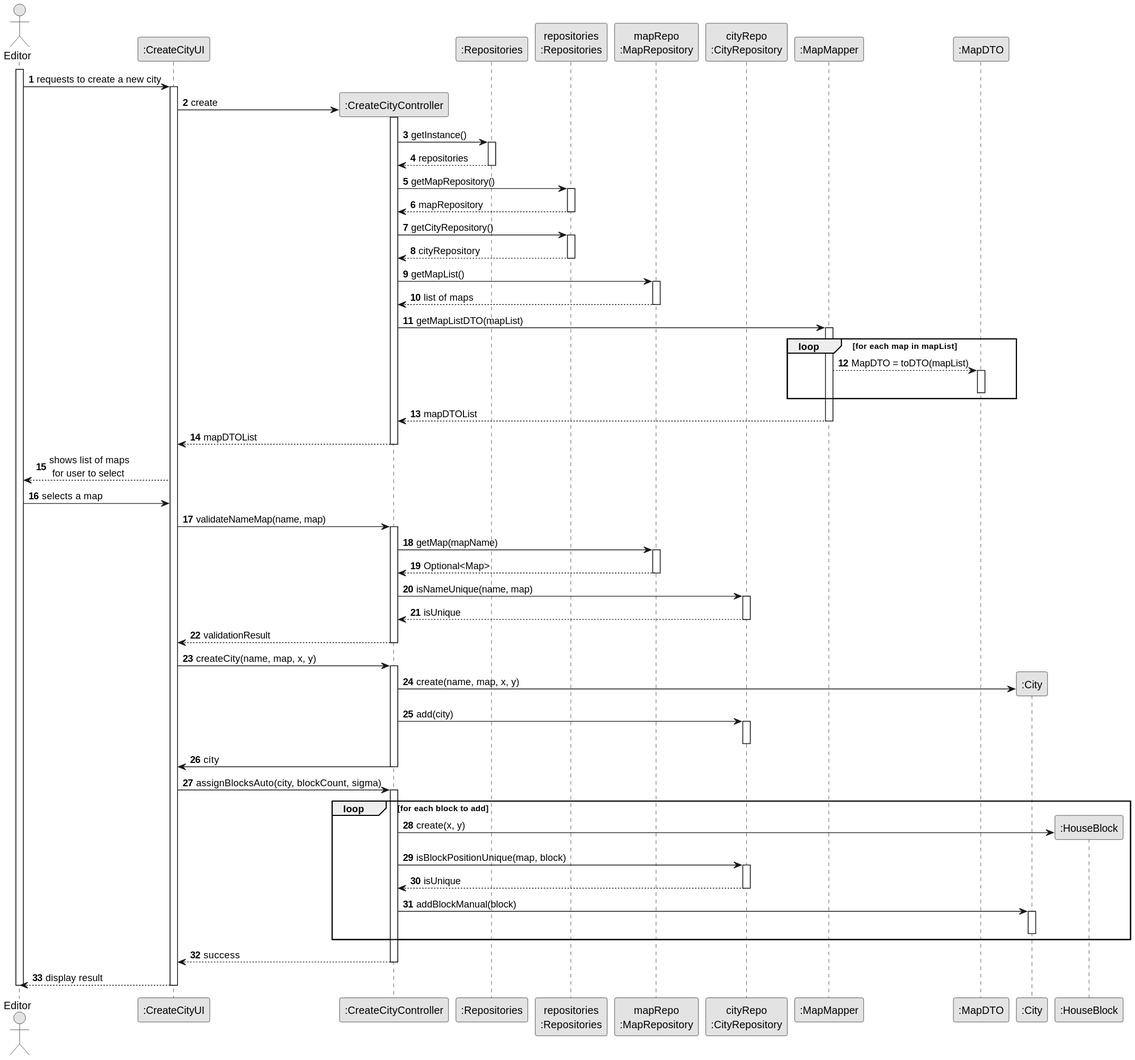
Above: docs/sprint3/us003/03.design/svg/us003-sequence-diagram-full.svg in ivasduarte/all-aboard (PlantUML), before the change.
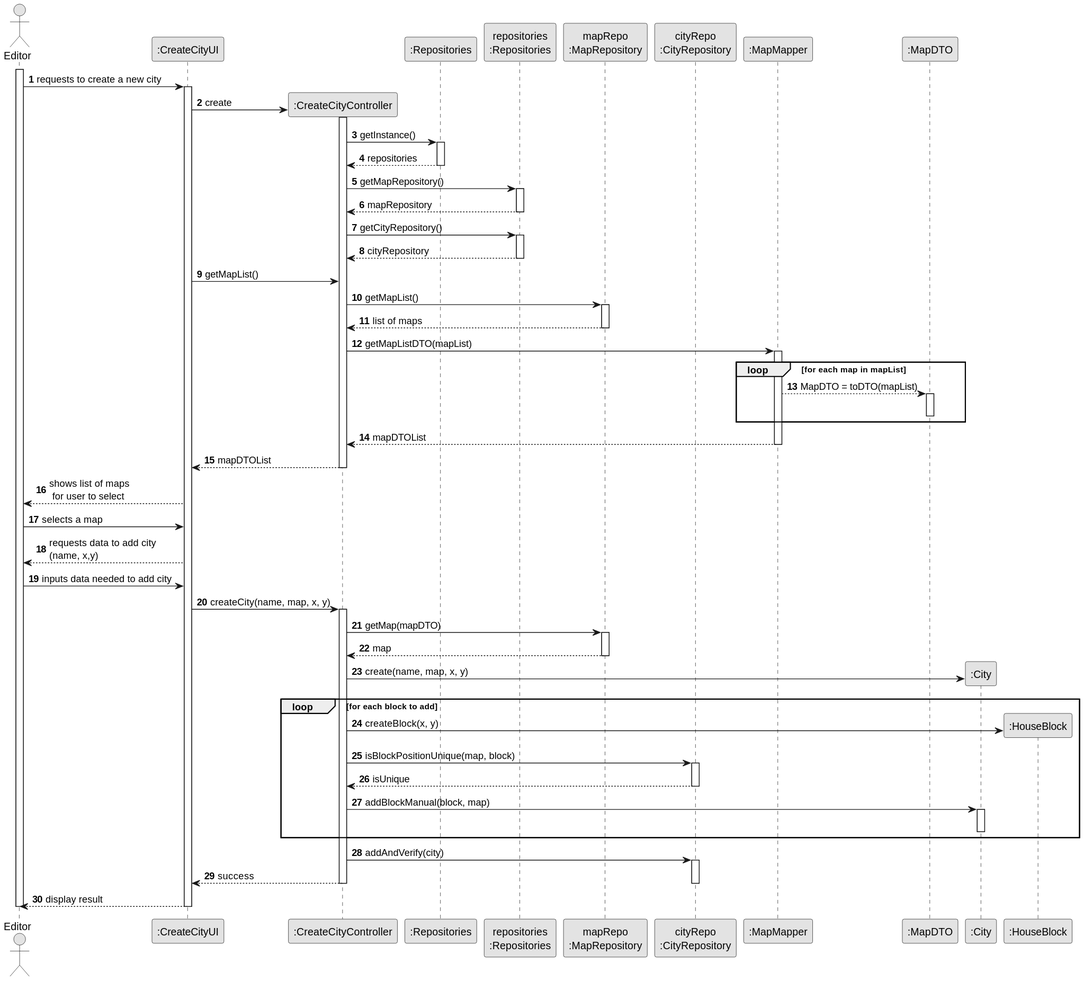
Later version of the same file.

What changed in the source:
```diff
@@ -42,7 +42,7 @@
 PLAT --> CTRL : cityRepository
 deactivate PLAT
 
-
+UI -> CTRL: getMapList()
 CTRL -> mapRepo: getMapList()
 activate mapRepo
 mapRepo --> CTRL: list of maps
@@ -61,48 +61,40 @@
     deactivate CTRL
 UI --> Editor: shows list of maps\n for user to select
 Editor -> UI: selects a map
-UI -> CTRL : validateNameMap(name, map)
-activate CTRL
-CTRL -> mapRepo : getMap(mapName)
-activate mapRepo
-mapRepo --> CTRL : Optional<Map>
-deactivate mapRepo
+UI --> Editor: requests data to add city\n(name, x,y)
+Editor -> UI: inputs data needed to add city
 
-CTRL -> cityRepo : isNameUnique(name, map)
-activate cityRepo
-cityRepo --> CTRL : isUnique
-deactivate cityRepo
-
-CTRL --> UI : validationResult
-deactivate CTRL
 
 UI -> CTRL : createCity(name, map, x, y)
 activate CTRL
+CTRL -> mapRepo : getMap(mapDTO)
+
+activate mapRepo
+mapRepo --> CTRL : map
+deactivate mapRepo
+
+
+
 
 CTRL -> City** : create(name, map, x, y)
 
-CTRL -> cityRepo : add(city)
-activate cityRepo
-deactivate cityRepo
 
-CTRL -> UI : city
-deactivate CTRL
-
-UI -> CTRL : assignBlocksAuto(city, blockCount, sigma)
-activate CTRL
 
 loop for each block to add
-  CTRL -> HouseBlock** : create(x, y)
+  CTRL -> HouseBlock** : createBlock(x, y)
   CTRL -> cityRepo : isBlockPositionUnique(map, block)
   activate cityRepo
   cityRepo --> CTRL : isUnique
   deactivate cityRepo
-  CTRL -> City : addBlockManual(block)
+  CTRL -> City : addBlockManual(block, map)
   activate City
   deactivate City
 end
 
+CTRL -> cityRepo : addAndVerify(city)
+activate cityRepo
 CTRL --> UI : success
+deactivate cityRepo
 deactivate CTRL
 
 UI --> Editor : display result
```
